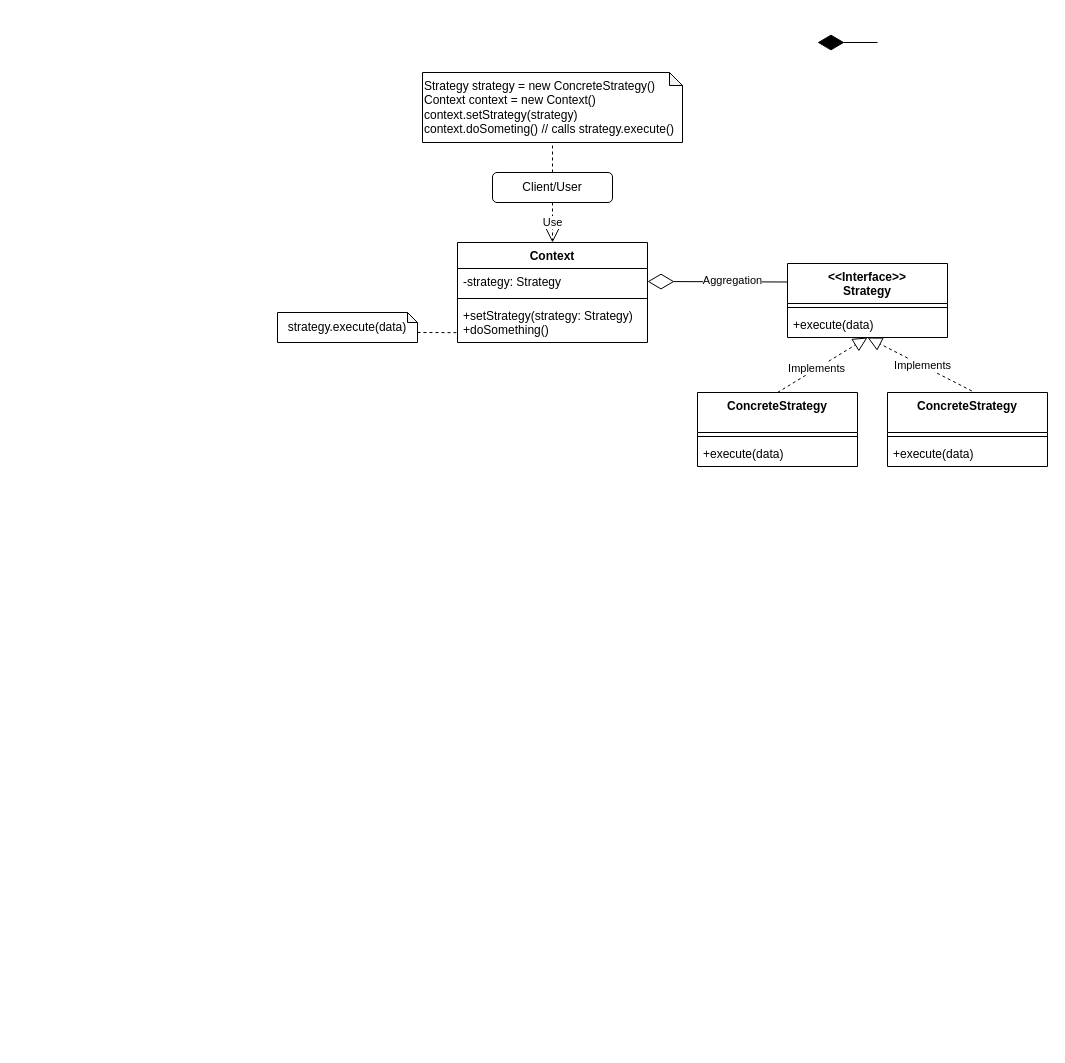
DePaulSE350/DesignPattern keeps this draw.io diagram as page "Strategy Pattern" (5 of 5) of Untitled Diagram.drawio. Above is the earlier version. Source tidied: cells renumbered, new cells numbered last; positions are measured from the earlier drawing's top-left corner, leaving out a move shared by most shapes. Both pictures are drawn from the tidied source at 100%, with x=0, y=0 at pixel (277, 42).
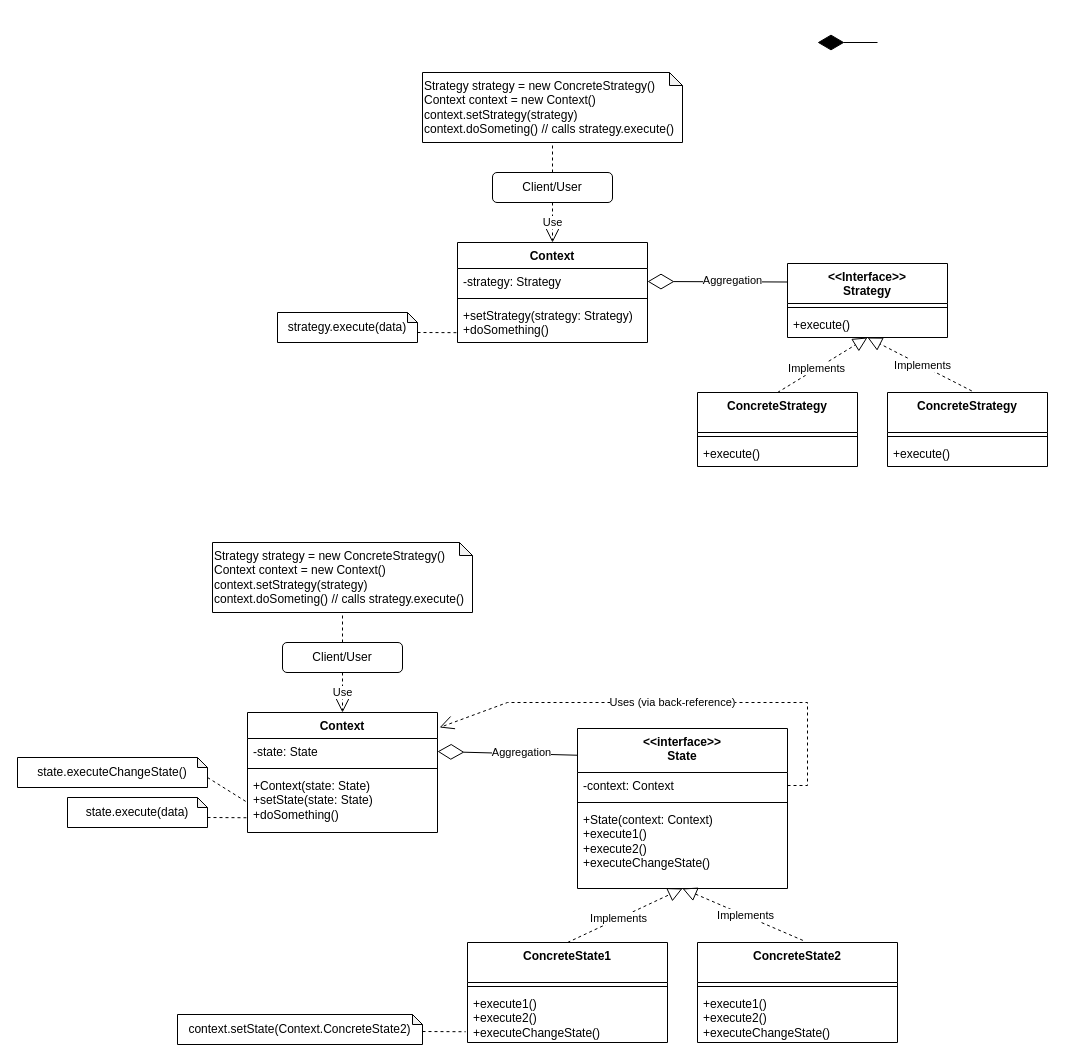
The same page after the edit.

The change refers to these unchanged cells:
```xml
<mxCell id="6" value="&amp;lt;&amp;lt;Interface&amp;gt;&amp;gt;&lt;div&gt;Strategy&lt;/div&gt;" style="swimlane;fontStyle=1;align=center;verticalAlign=top;horizontal=1;startSize=40;whiteSpace=wrap;html=1;" parent="1" vertex="1">
  <mxGeometry x="510" y="221" width="160" height="74" as="geometry" />
</mxCell>
<mxCell id="12" value="ConcreteStrategy" style="swimlane;fontStyle=1;align=center;verticalAlign=top;horizontal=1;startSize=40;whiteSpace=wrap;html=1;" parent="1" vertex="1">
  <mxGeometry x="420" y="350" width="160" height="74" as="geometry" />
</mxCell>
<mxCell id="15" value="ConcreteStrategy" style="swimlane;fontStyle=1;align=center;verticalAlign=top;horizontal=1;startSize=40;whiteSpace=wrap;html=1;" parent="1" vertex="1">
  <mxGeometry x="610" y="350" width="160" height="74" as="geometry" />
</mxCell>
```

The edit, as a diff of the source:
```diff
@@
-    <mxCell id="8" value="+execute(data)" style="text;strokeColor=none;fillColor=none;align=left;verticalAlign=top;spacingLeft=4;spacingRight=4;overflow=hidden;whiteSpace=wrap;html=1;" parent="6" vertex="1">
+    <mxCell id="8" value="+execute()" style="text;strokeColor=none;fillColor=none;align=left;verticalAlign=top;spacingLeft=4;spacingRight=4;overflow=hidden;whiteSpace=wrap;html=1;" parent="6" vertex="1">
       <mxGeometry y="48" width="160" height="26" as="geometry" />
     </mxCell>
@@
-    <mxCell id="14" value="+execute(data)" style="text;strokeColor=none;fillColor=none;align=left;verticalAlign=top;spacingLeft=4;spacingRight=4;overflow=hidden;whiteSpace=wrap;html=1;" parent="12" vertex="1">
+    <mxCell id="14" value="+execute()" style="text;strokeColor=none;fillColor=none;align=left;verticalAlign=top;spacingLeft=4;spacingRight=4;overflow=hidden;whiteSpace=wrap;html=1;" parent="12" vertex="1">
       <mxGeometry y="48" width="160" height="26" as="geometry" />
     </mxCell>
@@
-    <mxCell id="17" value="+execute(data)" style="text;strokeColor=none;fillColor=none;align=left;verticalAlign=top;spacingLeft=4;spacingRight=4;overflow=hidden;whiteSpace=wrap;html=1;" parent="15" vertex="1">
+    <mxCell id="17" value="+execute()" style="text;strokeColor=none;fillColor=none;align=left;verticalAlign=top;spacingLeft=4;spacingRight=4;overflow=hidden;whiteSpace=wrap;html=1;" parent="15" vertex="1">
       <mxGeometry y="48" width="160" height="26" as="geometry" />
     </mxCell>
@@
+    <mxCell id="28" value="Context" style="swimlane;fontStyle=1;align=center;verticalAlign=top;horizontal=1;startSize=26;whiteSpace=wrap;html=1;" parent="1" vertex="1">
+      <mxGeometry x="-30" y="670" width="190" height="120" as="geometry" />
+    </mxCell>
+    <mxCell id="29" value="-state: State" style="text;strokeColor=none;fillColor=none;align=left;verticalAlign=top;spacingLeft=4;spacingRight=4;overflow=hidden;points=[[0,0.5],[1,0.5]];portConstraint=eastwest;whiteSpace=wrap;html=1;" parent="28" vertex="1">
+      <mxGeometry y="26" width="190" height="26" as="geometry" />
+    </mxCell>
+    <mxCell id="30" style="line;strokeWidth=1;fillColor=none;align=left;verticalAlign=middle;spacingTop=-1;spacingLeft=3;spacingRight=3;labelPosition=right;strokeColor=inherit;" parent="28" vertex="1">
+      <mxGeometry y="52" width="190" height="8" as="geometry" />
+    </mxCell>
+    <mxCell id="31" value="&lt;div&gt;+Context(state: State)&lt;/div&gt;+setState(state: State)&lt;div&gt;+doSomething()&lt;/div&gt;" style="text;strokeColor=none;fillColor=none;align=left;verticalAlign=top;spacingLeft=4;spacingRight=4;overflow=hidden;points=[[0,0.5],[1,0.5]];portConstraint=eastwest;whiteSpace=wrap;html=1;" parent="28" vertex="1">
+      <mxGeometry y="60" width="190" height="60" as="geometry" />
+    </mxCell>
+    <mxCell id="32" style="endArrow=diamondThin;endFill=0;endSize=24;html=1;rounded=0;exitX=-0.002;exitY=0.167;exitDx=0;exitDy=0;entryX=1;entryY=0.5;entryDx=0;entryDy=0;exitPerimeter=0;" parent="1" edge="1" source="50" target="29">
+      <mxGeometry relative="1" as="geometry" />
+    </mxCell>
+    <mxCell id="33" value="Aggregation" style="edgeLabel;html=1;align=center;verticalAlign=middle;" parent="32" vertex="1">
+      <mxGeometry x="-0.43" y="-1" relative="1" as="geometry">
+        <mxPoint x="-16" y="-1" as="offset" />
+      </mxGeometry>
+    </mxCell>
+    <mxCell id="34" value="ConcreteState1" style="swimlane;fontStyle=1;align=center;verticalAlign=top;horizontal=1;startSize=40;whiteSpace=wrap;html=1;" parent="1" vertex="1">
+      <mxGeometry x="190" y="900" width="200" height="100" as="geometry" />
+    </mxCell>
+    <mxCell id="35" style="line;strokeWidth=1;fillColor=none;align=left;verticalAlign=middle;spacingTop=-1;spacingLeft=3;spacingRight=3;labelPosition=right;strokeColor=inherit;" parent="34" vertex="1">
+      <mxGeometry y="40" width="200" height="8" as="geometry" />
+    </mxCell>
+    <mxCell id="36" value="+execute1()&lt;div&gt;+execute2()&lt;/div&gt;&lt;div&gt;+executeChangeState()&lt;/div&gt;&lt;div&gt;&lt;br&gt;&lt;/div&gt;" style="text;strokeColor=none;fillColor=none;align=left;verticalAlign=top;spacingLeft=4;spacingRight=4;overflow=hidden;points=[[0,0.5],[1,0.5]];portConstraint=eastwest;whiteSpace=wrap;html=1;" parent="34" vertex="1">
+      <mxGeometry y="48" width="200" height="52" as="geometry" />
+    </mxCell>
+    <mxCell id="37" value="ConcreteState2" style="swimlane;fontStyle=1;align=center;verticalAlign=top;horizontal=1;startSize=40;whiteSpace=wrap;html=1;" parent="1" vertex="1">
+      <mxGeometry x="420" y="900" width="200" height="100" as="geometry" />
+    </mxCell>
+    <mxCell id="38" style="line;strokeWidth=1;fillColor=none;align=left;verticalAlign=middle;spacingTop=-1;spacingLeft=3;spacingRight=3;labelPosition=right;strokeColor=inherit;" parent="37" vertex="1">
+      <mxGeometry y="40" width="200" height="8" as="geometry" />
+    </mxCell>
+    <mxCell id="39" value="+execute1()&lt;div&gt;+execute2()&lt;/div&gt;&lt;div&gt;+executeChangeState()&lt;/div&gt;" style="text;strokeColor=none;fillColor=none;align=left;verticalAlign=top;spacingLeft=4;spacingRight=4;overflow=hidden;whiteSpace=wrap;html=1;" parent="37" vertex="1">
+      <mxGeometry y="48" width="200" height="52" as="geometry" />
+    </mxCell>
+    <mxCell id="40" style="endArrow=block;dashed=1;endFill=0;endSize=12;html=1;rounded=0;exitX=0.5;exitY=0;exitDx=0;exitDy=0;entryX=0.5;entryY=1;entryDx=0;entryDy=0;" parent="1" edge="1" source="34" target="50">
+      <mxGeometry relative="1" as="geometry" />
+    </mxCell>
+    <mxCell id="41" value="Implements" style="edgeLabel;html=1;align=center;verticalAlign=middle;" parent="40" vertex="1">
+      <mxGeometry x="-0.12" y="1" relative="1" as="geometry" />
+    </mxCell>
+    <mxCell id="42" style="endArrow=block;dashed=1;endFill=0;endSize=12;html=1;rounded=0;exitX=0.527;exitY=-0.021;exitDx=0;exitDy=0;exitPerimeter=0;entryX=0.5;entryY=1;entryDx=0;entryDy=0;" parent="1" edge="1" source="37" target="50">
+      <mxGeometry relative="1" as="geometry" />
+    </mxCell>
+    <mxCell id="43" value="Implements" style="edgeLabel;html=1;align=center;verticalAlign=middle;" parent="42" vertex="1">
+      <mxGeometry x="-0.04" relative="1" as="geometry" />
+    </mxCell>
+    <mxCell id="44" value="state.execute(data)" style="shape=note;whiteSpace=wrap;html=1;backgroundOutline=1;darkOpacity=0.05;size=10;" parent="1" vertex="1">
+      <mxGeometry x="-210" y="755" width="140" height="30" as="geometry" />
+    </mxCell>
+    <mxCell id="45" style="endArrow=none;dashed=1;html=1;rounded=0;exitX=0;exitY=0;exitDx=140;exitDy=20;exitPerimeter=0;entryX=-0.006;entryY=0.754;entryDx=0;entryDy=0;entryPerimeter=0;" parent="1" edge="1" source="44" target="31">
+      <mxGeometry relative="1" as="geometry" />
+    </mxCell>
+    <mxCell id="46" value="Strategy strategy = new ConcreteStrategy()&lt;div&gt;Context context = new Context()&lt;/div&gt;&lt;div&gt;context.setStrategy(strategy)&lt;/div&gt;&lt;div&gt;context.doSometing() // calls strategy.execute()&lt;/div&gt;" style="shape=note;whiteSpace=wrap;html=1;backgroundOutline=1;darkOpacity=0.05;size=13;align=left;" parent="1" vertex="1">
+      <mxGeometry x="-65" y="500" width="260" height="70" as="geometry" />
+    </mxCell>
+    <mxCell id="47" value="Client/User" style="rounded=1;whiteSpace=wrap;html=1;" parent="1" vertex="1">
+      <mxGeometry x="5" y="600" width="120" height="30" as="geometry" />
+    </mxCell>
+    <mxCell id="48" value="Use" style="endArrow=open;endSize=12;dashed=1;html=1;rounded=0;exitX=0.5;exitY=1;exitDx=0;exitDy=0;entryX=0.5;entryY=0;entryDx=0;entryDy=0;" parent="1" edge="1" source="47" target="28">
+      <mxGeometry relative="1" as="geometry" />
+    </mxCell>
+    <mxCell id="49" style="endArrow=none;dashed=1;html=1;rounded=0;entryX=0.5;entryY=1;entryDx=0;entryDy=0;entryPerimeter=0;" parent="1" edge="1" source="47" target="46">
+      <mxGeometry relative="1" as="geometry" />
+    </mxCell>
+    <mxCell id="50" value="&amp;lt;&amp;lt;interface&amp;gt;&amp;gt;&lt;div&gt;State&lt;/div&gt;" style="swimlane;fontStyle=1;align=center;verticalAlign=top;horizontal=1;startSize=44;whiteSpace=wrap;html=1;" parent="1" vertex="1">
+      <mxGeometry x="300" y="686" width="210" height="160" as="geometry" />
+    </mxCell>
+    <mxCell id="51" value="-context: Context" style="text;strokeColor=none;fillColor=none;align=left;verticalAlign=top;spacingLeft=4;spacingRight=4;overflow=hidden;points=[[0,0.5],[1,0.5]];portConstraint=eastwest;whiteSpace=wrap;html=1;" parent="50" vertex="1">
+      <mxGeometry y="44" width="210" height="26" as="geometry" />
+    </mxCell>
+    <mxCell id="52" style="line;strokeWidth=1;fillColor=none;align=left;verticalAlign=middle;spacingTop=-1;spacingLeft=3;spacingRight=3;labelPosition=right;strokeColor=inherit;" parent="50" vertex="1">
+      <mxGeometry y="70" width="210" height="8" as="geometry" />
+    </mxCell>
+    <mxCell id="53" value="&lt;div&gt;+State(context: Context)&lt;/div&gt;&lt;div&gt;+execute1()&lt;/div&gt;&lt;div&gt;+execute2()&lt;/div&gt;&lt;div&gt;+executeChangeState()&lt;/div&gt;" style="text;strokeColor=none;fillColor=none;align=left;verticalAlign=top;spacingLeft=4;spacingRight=4;overflow=hidden;whiteSpace=wrap;html=1;" parent="50" vertex="1">
+      <mxGeometry y="78" width="210" height="82" as="geometry" />
+    </mxCell>
+    <mxCell id="54" value="Uses (via back-reference)" style="endArrow=open;endSize=12;dashed=1;html=1;rounded=0;exitX=1;exitY=0.5;exitDx=0;exitDy=0;entryX=1.011;entryY=0.125;entryDx=0;entryDy=0;entryPerimeter=0;" parent="1" edge="1" source="51" target="28">
+      <mxGeometry relative="1" as="geometry">
+        <Array as="points">
+          <mxPoint x="530" y="743" />
+          <mxPoint x="530" y="660" />
+          <mxPoint x="230" y="660" />
+        </Array>
+      </mxGeometry>
+    </mxCell>
+    <mxCell id="55" value="context.setState(Context.ConcreteState2)" style="shape=note;whiteSpace=wrap;html=1;backgroundOutline=1;darkOpacity=0.05;size=10;" parent="1" vertex="1">
+      <mxGeometry x="-100" y="972" width="245" height="30" as="geometry" />
+    </mxCell>
+    <mxCell id="56" style="endArrow=none;dashed=1;html=1;rounded=0;exitX=1;exitY=0.567;exitDx=0;exitDy=0;exitPerimeter=0;entryX=-0.009;entryY=0.793;entryDx=0;entryDy=0;entryPerimeter=0;" parent="1" edge="1" source="55" target="36">
+      <mxGeometry relative="1" as="geometry" />
+    </mxCell>
+    <mxCell id="57" value="state.executeChangeState()" style="shape=note;whiteSpace=wrap;html=1;backgroundOutline=1;darkOpacity=0.05;size=10;" parent="1" vertex="1">
+      <mxGeometry x="-260" y="715" width="190" height="30" as="geometry" />
+    </mxCell>
+    <mxCell id="58" style="endArrow=none;dashed=1;html=1;rounded=0;exitX=0;exitY=0;exitDx=190;exitDy=20;exitPerimeter=0;entryX=0;entryY=0.5;entryDx=0;entryDy=0;" parent="1" edge="1" source="57" target="31">
+      <mxGeometry relative="1" as="geometry" />
+    </mxCell>
```
